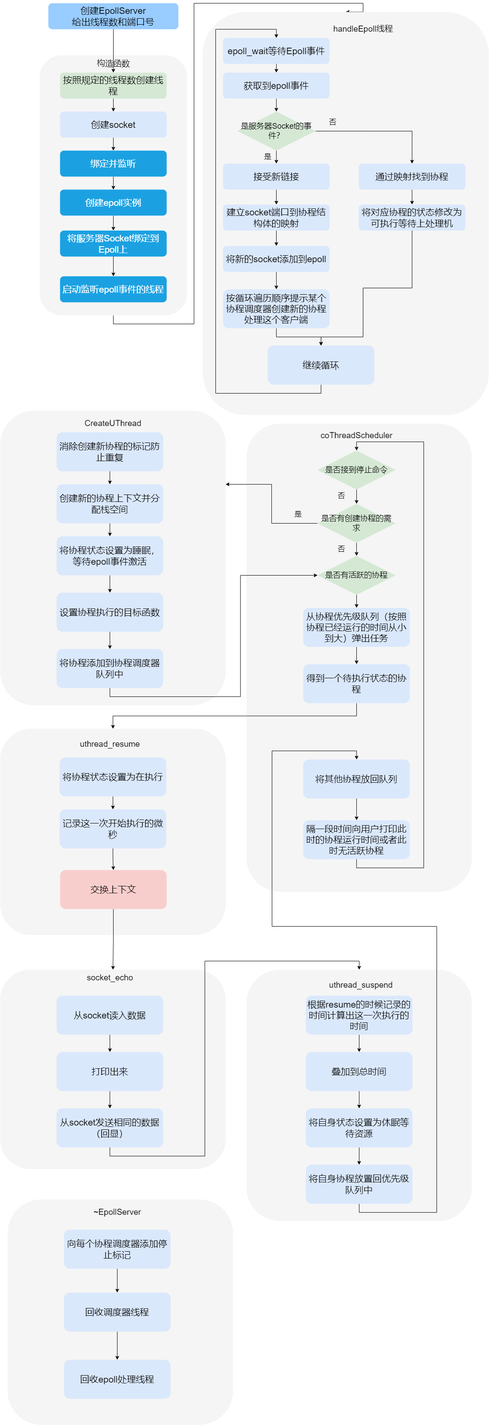
This is imgs/epollServer.drawio.png from frankzjz219/EpollWithCothread, a draw.io export, as it was before one commit. Source tidied: cells renumbered, new cells last; positions are measured from the earlier drawing's top-left corner, leaving out a move shared by most shapes.
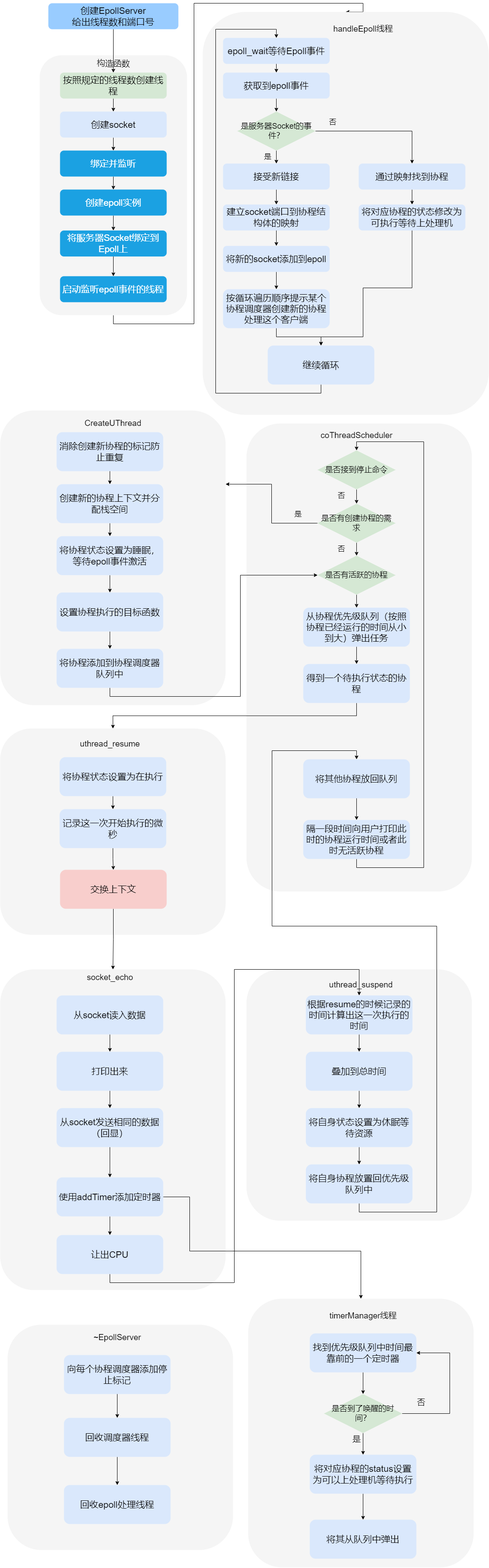
The same file after the commit.

Commit message:
修改了REAMDE的配图

What changed in the source:
```diff
@@ -274,7 +274,7 @@
       <mxGeometry x="767" y="1122" width="40" height="30" as="geometry" />
     </mxCell>
     <mxCell id="83" style="rounded=1;whiteSpace=wrap;html=1;fillColor=#f5f5f5;strokeColor=none;fontColor=#333333;" parent="1" vertex="1">
-      <mxGeometry y="2230" width="520" height="460" as="geometry" />
+      <mxGeometry y="2230" width="520" height="740" as="geometry" />
     </mxCell>
     <mxCell id="84" value="socket_echo" style="text;html=1;align=center;verticalAlign=middle;strokeColor=none;fillColor=none;fontSize=19;" parent="1" vertex="1">
       <mxGeometry x="188" y="2229" width="130" height="40" as="geometry" />
@@ -291,9 +291,9 @@
     <mxCell id="88" value="打印出来" style="rounded=1;whiteSpace=wrap;html=1;strokeColor=none;fillColor=#dae8fc;fontSize=21;" parent="1" vertex="1">
       <mxGeometry x="130" y="2420" width="246" height="90" as="geometry" />
     </mxCell>
-    <mxCell id="89" style="edgeStyle=orthogonalEdgeStyle;rounded=0;jettySize=auto;html=1;exitX=0.5;exitY=1;exitDx=0;exitDy=0;entryX=0.5;entryY=0;entryDx=0;entryDy=0;" parent="1" edge="1" source="90" target="91">
-      <mxGeometry relative="1" as="geometry" />
-    </mxCell>
+    <mxCell id="108" style="edgeStyle=orthogonalEdgeStyle;rounded=0;jettySize=auto;html=1;exitX=0.5;exitY=1;exitDx=0;exitDy=0;" parent="1" edge="1" source="90" target="123">
+      <mxGeometry relative="1" as="geometry" />
+    </mxCell>
     <mxCell id="90" value="从socket发送相同的数据（回显）" style="rounded=1;whiteSpace=wrap;html=1;strokeColor=none;fillColor=#dae8fc;fontSize=21;" parent="1" vertex="1">
       <mxGeometry x="130" y="2550" width="246" height="90" as="geometry" />
     </mxCell>
@@ -337,25 +337,94 @@
       <mxGeometry x="705" y="2680" width="246" height="90" as="geometry" />
     </mxCell>
     <mxCell id="101" style="rounded=1;whiteSpace=wrap;html=1;fillColor=#f5f5f5;strokeColor=none;fontColor=#333333;" parent="1" vertex="1">
-      <mxGeometry x="17" y="2760" width="520" height="520" as="geometry" />
+      <mxGeometry x="17" y="3050" width="520" height="520" as="geometry" />
     </mxCell>
     <mxCell id="102" value="~EpollServer" style="text;html=1;align=center;verticalAlign=middle;strokeColor=none;fillColor=none;fontSize=19;" parent="1" vertex="1">
-      <mxGeometry x="205" y="2770" width="130" height="40" as="geometry" />
+      <mxGeometry x="205" y="3060" width="130" height="40" as="geometry" />
     </mxCell>
     <mxCell id="103" style="edgeStyle=orthogonalEdgeStyle;rounded=0;jettySize=auto;html=1;exitX=0.5;exitY=1;exitDx=0;exitDy=0;entryX=0.5;entryY=0;entryDx=0;entryDy=0;" parent="1" edge="1" source="104" target="106">
       <mxGeometry relative="1" as="geometry" />
     </mxCell>
     <mxCell id="104" value="向每个协程调度器添加停止标记" style="rounded=1;whiteSpace=wrap;html=1;strokeColor=none;fillColor=#dae8fc;fontSize=21;" parent="1" vertex="1">
-      <mxGeometry x="147" y="2830" width="246" height="90" as="geometry" />
+      <mxGeometry x="147" y="3120" width="246" height="90" as="geometry" />
     </mxCell>
     <mxCell id="105" style="edgeStyle=orthogonalEdgeStyle;rounded=0;jettySize=auto;html=1;exitX=0.5;exitY=1;exitDx=0;exitDy=0;entryX=0.5;entryY=0;entryDx=0;entryDy=0;" parent="1" edge="1" source="106" target="107">
       <mxGeometry relative="1" as="geometry" />
     </mxCell>
     <mxCell id="106" value="回收调度器线程" style="rounded=1;whiteSpace=wrap;html=1;strokeColor=none;fillColor=#dae8fc;fontSize=21;" parent="1" vertex="1">
-      <mxGeometry x="147" y="2975" width="246" height="90" as="geometry" />
+      <mxGeometry x="147" y="3265" width="246" height="90" as="geometry" />
     </mxCell>
     <mxCell id="107" value="回收epoll处理线程" style="rounded=1;whiteSpace=wrap;html=1;strokeColor=none;fillColor=#dae8fc;fontSize=21;" parent="1" vertex="1">
-      <mxGeometry x="147" y="3130" width="246" height="90" as="geometry" />
+      <mxGeometry x="147" y="3420" width="246" height="90" as="geometry" />
     </mxCell>
+    <mxCell id="109" style="rounded=1;whiteSpace=wrap;html=1;fillColor=#f5f5f5;strokeColor=none;fontColor=#333333;" parent="1" vertex="1">
+      <mxGeometry x="572" y="2990" width="520" height="620" as="geometry" />
+    </mxCell>
+    <mxCell id="110" value="timerManager线程" style="text;html=1;align=center;verticalAlign=middle;strokeColor=none;fillColor=none;fontSize=19;" parent="1" vertex="1">
+      <mxGeometry x="747" y="3010" width="180" height="40" as="geometry" />
+    </mxCell>
+    <mxCell id="111" style="edgeStyle=orthogonalEdgeStyle;rounded=0;jettySize=auto;html=1;exitX=0.5;exitY=1;exitDx=0;exitDy=0;" parent="1" edge="1" source="112" target="115">
+      <mxGeometry relative="1" as="geometry" />
+    </mxCell>
+    <mxCell id="112" value="找到优先级队列中时间最靠前的一个定时器" style="rounded=1;whiteSpace=wrap;html=1;strokeColor=none;fillColor=#dae8fc;fontSize=21;" parent="1" vertex="1">
+      <mxGeometry x="714" y="3070" width="246" height="90" as="geometry" />
+    </mxCell>
+    <mxCell id="113" style="edgeStyle=orthogonalEdgeStyle;rounded=0;jettySize=auto;html=1;exitX=1;exitY=0.5;exitDx=0;exitDy=0;entryX=1;entryY=0.5;entryDx=0;entryDy=0;" parent="1" edge="1" source="115" target="112">
+      <mxGeometry relative="1" as="geometry">
+        <Array as="points">
+          <mxPoint x="1037" y="3255" />
+          <mxPoint x="1037" y="3115" />
+        </Array>
+      </mxGeometry>
+    </mxCell>
+    <mxCell id="114" style="edgeStyle=orthogonalEdgeStyle;rounded=0;jettySize=auto;html=1;exitX=0.5;exitY=1;exitDx=0;exitDy=0;entryX=0.5;entryY=0;entryDx=0;entryDy=0;" parent="1" edge="1" source="115" target="117">
+      <mxGeometry relative="1" as="geometry" />
+    </mxCell>
+    <mxCell id="115" value="是否到了唤醒的时间？" style="rhombus;whiteSpace=wrap;html=1;strokeColor=none;fillColor=#d5e8d4;fontSize=18;" parent="1" vertex="1">
+      <mxGeometry x="747" y="3210" width="180" height="90" as="geometry" />
+    </mxCell>
+    <mxCell id="116" style="edgeStyle=orthogonalEdgeStyle;rounded=0;jettySize=auto;html=1;exitX=0.5;exitY=1;exitDx=0;exitDy=0;entryX=0.5;entryY=0;entryDx=0;entryDy=0;" parent="1" edge="1" source="117" target="118">
+      <mxGeometry relative="1" as="geometry" />
+    </mxCell>
+    <mxCell id="117" value="将对应协程的status设置为可以上处理机等待执行" style="rounded=1;whiteSpace=wrap;html=1;strokeColor=none;fillColor=#dae8fc;fontSize=21;" parent="1" vertex="1">
+      <mxGeometry x="714" y="3350" width="246" height="90" as="geometry" />
+    </mxCell>
+    <mxCell id="118" value="将其从队列中弹出" style="rounded=1;whiteSpace=wrap;html=1;strokeColor=none;fillColor=#dae8fc;fontSize=21;" parent="1" vertex="1">
+      <mxGeometry x="714" y="3500" width="246" height="90" as="geometry" />
+    </mxCell>
+    <mxCell id="119" value="是" style="text;html=1;align=center;verticalAlign=middle;strokeColor=none;fillColor=none;fontSize=19;" parent="1" vertex="1">
+      <mxGeometry x="802" y="3295" width="40" height="40" as="geometry" />
+    </mxCell>
+    <mxCell id="120" value="否" style="text;html=1;align=center;verticalAlign=middle;strokeColor=none;fillColor=none;fontSize=19;" parent="1" vertex="1">
+      <mxGeometry x="951" y="3210" width="40" height="40" as="geometry" />
+    </mxCell>
+    <mxCell id="121" style="edgeStyle=orthogonalEdgeStyle;rounded=0;jettySize=auto;html=1;exitX=0.5;exitY=1;exitDx=0;exitDy=0;entryX=0.5;entryY=0;entryDx=0;entryDy=0;" parent="1" edge="1" source="123" target="125">
+      <mxGeometry relative="1" as="geometry" />
+    </mxCell>
+    <mxCell id="122" style="edgeStyle=orthogonalEdgeStyle;rounded=0;jettySize=auto;html=1;exitX=1;exitY=0.5;exitDx=0;exitDy=0;entryX=0.5;entryY=0;entryDx=0;entryDy=0;" parent="1" edge="1" source="123" target="109">
+      <mxGeometry relative="1" as="geometry">
+        <Array as="points">
+          <mxPoint x="437" y="2755" />
+          <mxPoint x="437" y="2880" />
+          <mxPoint x="832" y="2880" />
+        </Array>
+      </mxGeometry>
+    </mxCell>
+    <mxCell id="123" value="使用addTimer添加定时器" style="rounded=1;whiteSpace=wrap;html=1;strokeColor=none;fillColor=#dae8fc;fontSize=21;" parent="1" vertex="1">
+      <mxGeometry x="130" y="2710" width="246" height="90" as="geometry" />
+    </mxCell>
+    <mxCell id="124" style="edgeStyle=orthogonalEdgeStyle;rounded=0;jettySize=auto;html=1;exitX=0.5;exitY=1;exitDx=0;exitDy=0;entryX=0.5;entryY=0;entryDx=0;entryDy=0;" parent="1" edge="1" source="125" target="94">
+      <mxGeometry relative="1" as="geometry">
+        <Array as="points">
+          <mxPoint x="253" y="2953" />
+          <mxPoint x="540" y="2953" />
+          <mxPoint x="540" y="2230" />
+          <mxPoint x="828" y="2230" />
+        </Array>
+      </mxGeometry>
+    </mxCell>
+    <mxCell id="125" value="让出CPU" style="rounded=1;whiteSpace=wrap;html=1;strokeColor=none;fillColor=#dae8fc;fontSize=21;" parent="1" vertex="1">
+      <mxGeometry x="130" y="2843" width="246" height="90" as="geometry" />
+    </mxCell>
   </root>
 </mxGraphModel>
```
